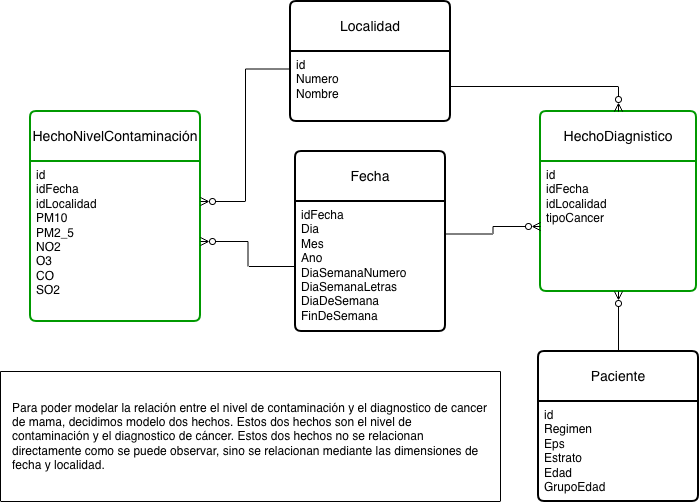
Above: Proyecto2PrimerModelo.drawio.png in CamiloC21/DiagramasIN (draw.io), before the change. Source tidied: cells renumbered, new cells last; positions are measured from the earlier drawing's top-left corner, leaving out a move shared by most shapes.
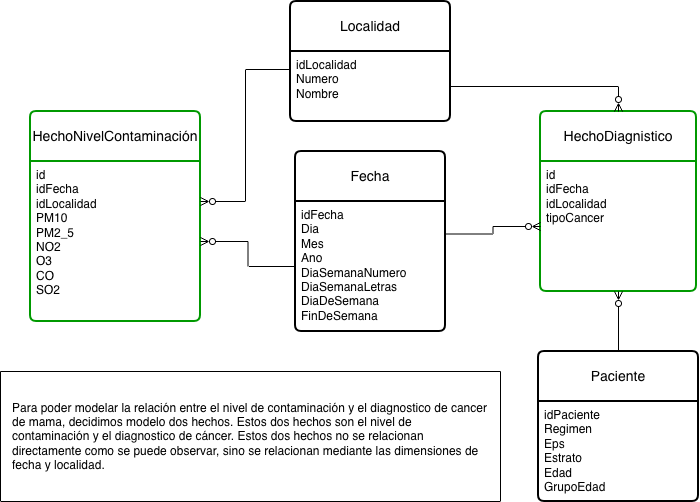
After the commit.

What changed in the source:
```diff
@@ -11,7 +11,7 @@
     <mxCell id="4" value="Localidad" style="swimlane;horizontal=1;startSize=50;rounded=1;fontSize=14;fontStyle=0;strokeWidth=2;shadow=0;dashed=0;align=center;arcSize=4;whiteSpace=wrap;html=1;" parent="1" vertex="1">
       <mxGeometry x="290" width="160" height="120" as="geometry" />
     </mxCell>
-    <mxCell id="5" value="id&lt;div&gt;Numero&lt;/div&gt;&lt;div&gt;Nombre&lt;/div&gt;" style="align=left;strokeColor=none;fillColor=none;spacingLeft=4;spacingRight=4;fontSize=12;verticalAlign=top;html=1;whiteSpace=wrap;" parent="4" vertex="1">
+    <mxCell id="5" value="idLocalidad&lt;div&gt;Numero&lt;/div&gt;&lt;div&gt;Nombre&lt;/div&gt;" style="align=left;strokeColor=none;fillColor=none;spacingLeft=4;spacingRight=4;fontSize=12;verticalAlign=top;html=1;whiteSpace=wrap;" parent="4" vertex="1">
       <mxGeometry y="50" width="160" height="70" as="geometry" />
     </mxCell>
     <mxCell id="6" value="HechoDiagnistico" style="swimlane;horizontal=1;startSize=50;rounded=1;fontSize=14;fontStyle=0;strokeWidth=2;shadow=0;dashed=0;align=center;arcSize=4;whiteSpace=wrap;html=1;strokeColor=#009900;" parent="1" vertex="1">
@@ -26,7 +26,7 @@
     <mxCell id="9" value="Paciente" style="swimlane;horizontal=1;startSize=50;rounded=1;fontSize=14;fontStyle=0;strokeWidth=2;shadow=0;dashed=0;align=center;arcSize=4;whiteSpace=wrap;html=1;" parent="1" vertex="1">
       <mxGeometry x="538" y="350" width="160" height="150" as="geometry" />
     </mxCell>
-    <mxCell id="10" value="id&lt;div&gt;Regimen&lt;/div&gt;&lt;div&gt;Eps&lt;/div&gt;&lt;div&gt;Estrato&lt;/div&gt;&lt;div&gt;Edad&lt;/div&gt;&lt;div&gt;GrupoEdad&lt;/div&gt;" style="align=left;strokeColor=none;fillColor=none;spacingLeft=4;spacingRight=4;fontSize=12;verticalAlign=top;html=1;whiteSpace=wrap;" parent="9" vertex="1">
+    <mxCell id="10" value="idPaciente&lt;div&gt;Regimen&lt;/div&gt;&lt;div&gt;Eps&lt;/div&gt;&lt;div&gt;Estrato&lt;/div&gt;&lt;div&gt;Edad&lt;/div&gt;&lt;div&gt;GrupoEdad&lt;/div&gt;" style="align=left;strokeColor=none;fillColor=none;spacingLeft=4;spacingRight=4;fontSize=12;verticalAlign=top;html=1;whiteSpace=wrap;" parent="9" vertex="1">
       <mxGeometry y="50" width="160" height="100" as="geometry" />
     </mxCell>
     <mxCell id="11" value="HechoNivelContaminación" style="swimlane;horizontal=1;startSize=50;rounded=1;fontSize=14;fontStyle=0;strokeWidth=2;shadow=0;dashed=0;align=center;arcSize=4;whiteSpace=wrap;html=1;strokeColor=#009900;" parent="1" vertex="1">
@@ -38,8 +38,10 @@
     <mxCell id="13" style="edgeStyle=orthogonalEdgeStyle;rounded=0;jettySize=auto;html=1;entryX=0.5;entryY=0;entryDx=0;entryDy=0;endArrow=ERzeroToMany;endFill=0;" parent="1" edge="1" source="5" target="6">
       <mxGeometry relative="1" as="geometry" />
     </mxCell>
-    <mxCell id="14" style="edgeStyle=orthogonalEdgeStyle;rounded=0;jettySize=auto;html=1;exitX=0;exitY=0.25;exitDx=0;exitDy=0;entryX=1;entryY=0.25;entryDx=0;entryDy=0;endArrow=ERzeroToMany;endFill=0;" parent="1" edge="1" source="5" target="12">
-      <mxGeometry relative="1" as="geometry" />
+    <mxCell id="14" style="edgeStyle=orthogonalEdgeStyle;rounded=0;jettySize=auto;html=1;entryX=1;entryY=0.25;entryDx=0;entryDy=0;endArrow=ERzeroToMany;endFill=0;" parent="1" edge="1" target="12">
+      <mxGeometry relative="1" as="geometry">
+        <mxPoint x="290" y="68" as="sourcePoint" />
+      </mxGeometry>
     </mxCell>
     <mxCell id="15" style="edgeStyle=orthogonalEdgeStyle;rounded=0;jettySize=auto;html=1;entryX=1;entryY=0.5;entryDx=0;entryDy=0;endArrow=ERzeroToMany;endFill=0;" parent="1" edge="1" source="3" target="12">
       <mxGeometry relative="1" as="geometry" />
```
